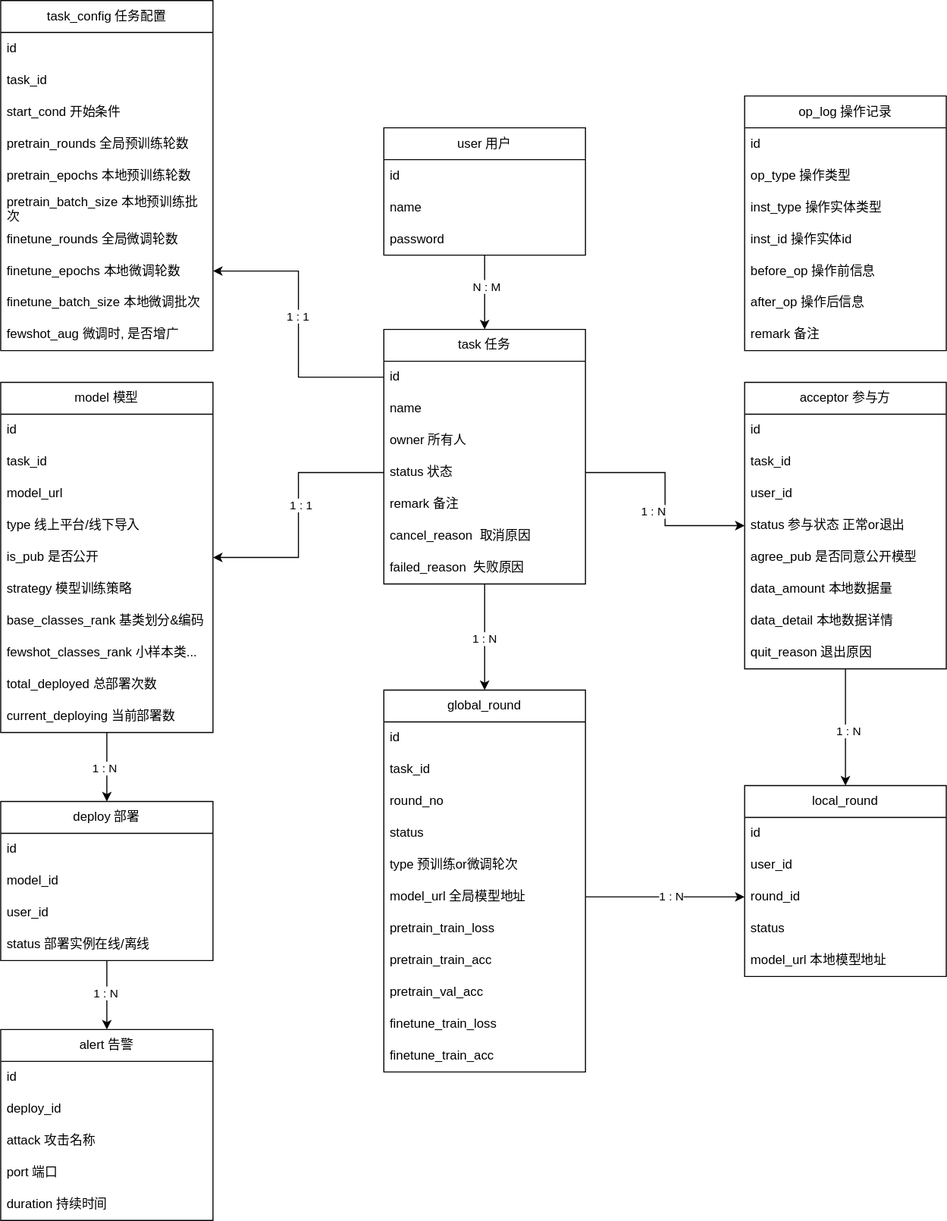
hiro942/drawio keeps this draw.io diagram as 数据库ER.svg. Above is the earlier version. Source tidied: cells renumbered, new cells last; positions are measured from the earlier drawing's top-left corner, leaving out a move shared by most shapes.
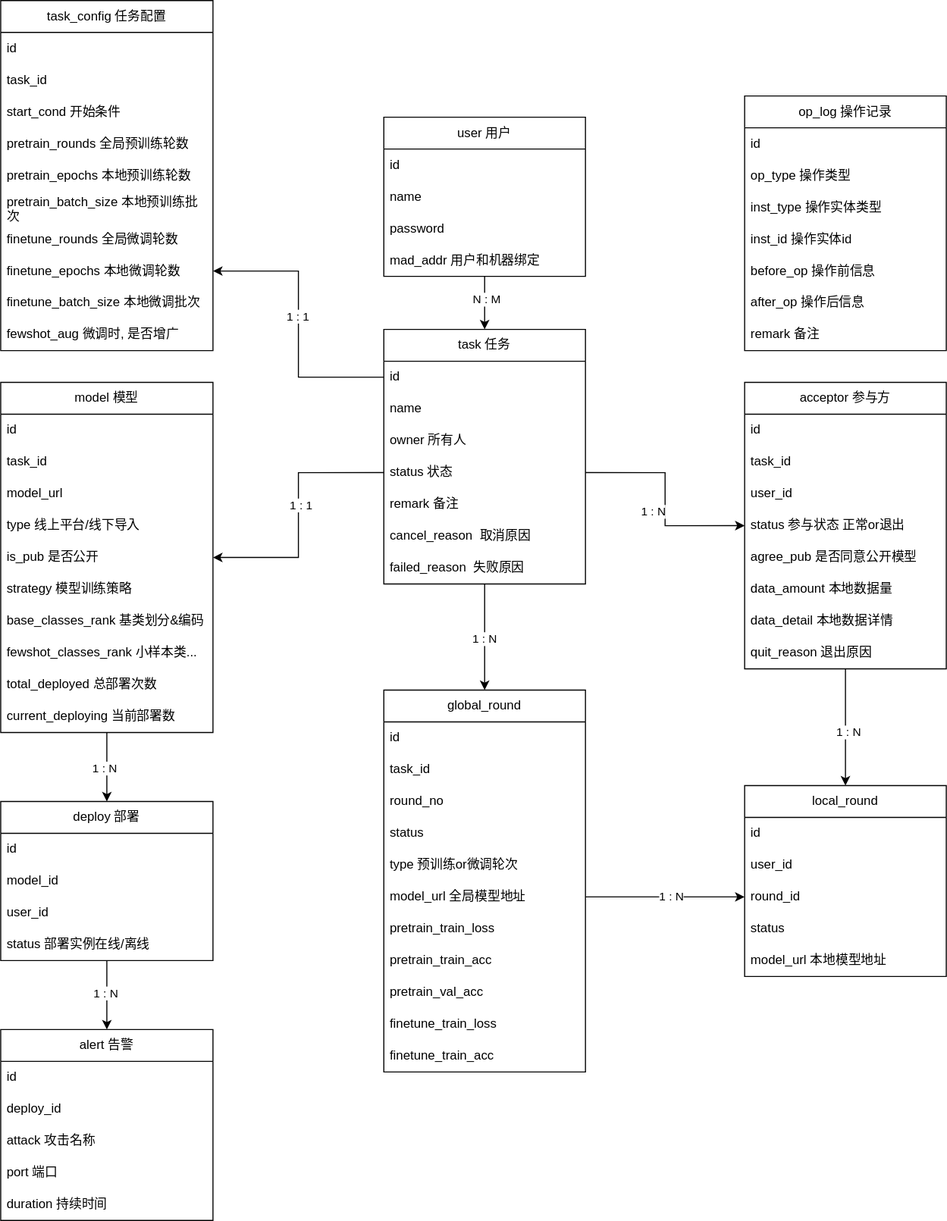
Later version of the same file.

Commit message:
更新数据库ER.svg

What changed in the source:
```diff
@@ -39,7 +39,7 @@
       <mxGeometry x="-0.14" y="2" relative="1" as="geometry" />
     </mxCell>
     <mxCell id="14" value="user 用户" style="swimlane;fontStyle=0;horizontal=1;startSize=30;whiteSpace=wrap;html=1;" parent="1" vertex="1">
-      <mxGeometry x="361" y="120" width="190" height="120" as="geometry" />
+      <mxGeometry x="361" y="110" width="190" height="150" as="geometry" />
     </mxCell>
     <mxCell id="15" value="id" style="text;strokeColor=none;fillColor=none;align=left;verticalAlign=middle;spacingLeft=4;spacingRight=4;overflow=hidden;whiteSpace=wrap;html=1;" parent="14" vertex="1">
       <mxGeometry y="30" width="190" height="30" as="geometry" />
@@ -50,6 +50,9 @@
     <mxCell id="17" value="password" style="text;strokeColor=none;fillColor=none;align=left;verticalAlign=middle;spacingLeft=4;spacingRight=4;overflow=hidden;whiteSpace=wrap;html=1;" parent="14" vertex="1">
       <mxGeometry y="90" width="190" height="30" as="geometry" />
     </mxCell>
+    <mxCell id="100" value="mad_addr 用户和机器绑定" style="text;strokeColor=none;fillColor=none;align=left;verticalAlign=middle;spacingLeft=4;spacingRight=4;overflow=hidden;whiteSpace=wrap;html=1;" parent="14" vertex="1">
+      <mxGeometry y="120" width="190" height="30" as="geometry" />
+    </mxCell>
     <mxCell id="18" value="task_config 任务配置" style="swimlane;fontStyle=0;horizontal=1;startSize=30;whiteSpace=wrap;html=1;" parent="1" vertex="1">
       <mxGeometry width="200" height="330" as="geometry" />
     </mxCell>
```
